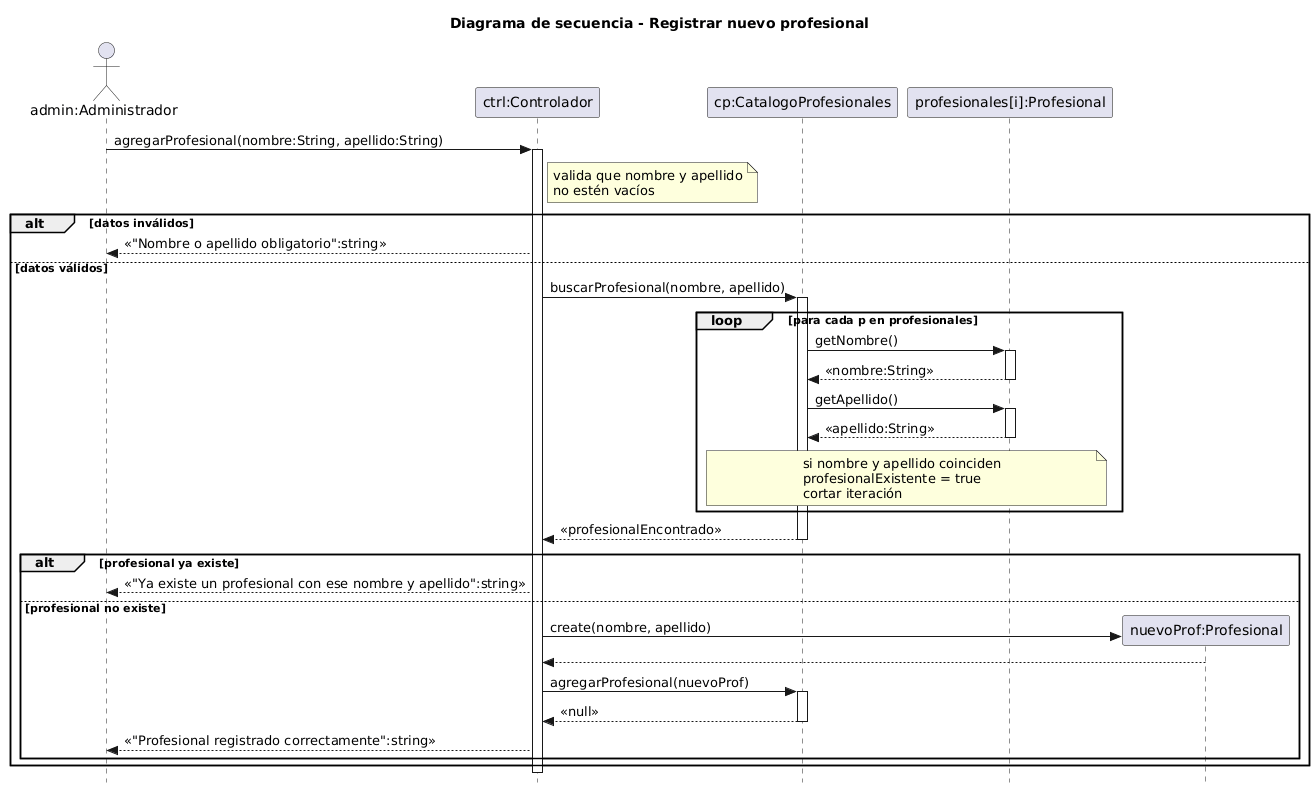
Juamppa/practica-profesionalizante-1 keeps this PlantUML diagram as Documentacion/07 Diagramas de secuencia/Diagramas de secuencia Administrador/Carga de profesionales/Diagrama de secuencia-Registrar nuevo profesional.png. Above is the earlier version. The source it was exported from:
```plantuml
@startuml
skinparam style strictuml
title Diagrama de secuencia - Registrar nuevo profesional
actor "admin:Administrador" as Admin
participant "ctrl:Controlador" as Controlador
participant "cp:CatalogoProfesionales" as Catalogo
participant "profesionales[i]:Profesional" as ProfesionalI
participant "nuevoProf:Profesional" as NuevoProf

Admin -> Controlador : agregarProfesional(nombre:String, apellido:String)
activate Controlador

note right of Controlador
  valida que nombre y apellido
  no estén vacíos
end note

alt datos inválidos

    Controlador --> Admin : <<"Nombre o apellido obligatorio":string>>

else datos válidos

    Controlador -> Catalogo : buscarProfesional(nombre, apellido)
    activate Catalogo

        loop para cada p en profesionales

            Catalogo -> ProfesionalI : getNombre()
            activate ProfesionalI
            ProfesionalI --> Catalogo : <<nombre:String>>
            deactivate ProfesionalI

            Catalogo -> ProfesionalI : getApellido()
            activate ProfesionalI
            ProfesionalI --> Catalogo : <<apellido:String>>
            deactivate ProfesionalI

            note over Catalogo, ProfesionalI
              si nombre y apellido coinciden
              profesionalExistente = true
              cortar iteración
            end note

        end

    Catalogo --> Controlador : <<profesionalEncontrado>>
    deactivate Catalogo

    alt profesional ya existe

        Controlador --> Admin : <<"Ya existe un profesional con ese nombre y apellido":string>>

    else profesional no existe

        create NuevoProf
        Controlador -> NuevoProf : create(nombre, apellido)

        NuevoProf --> Controlador :


        Controlador -> Catalogo : agregarProfesional(nuevoProf)
        activate Catalogo
        Catalogo --> Controlador : <<null>>
        deactivate Catalogo

        Controlador --> Admin : <<"Profesional registrado correctamente":string>>

    end
end

deactivate Controlador
@enduml
```
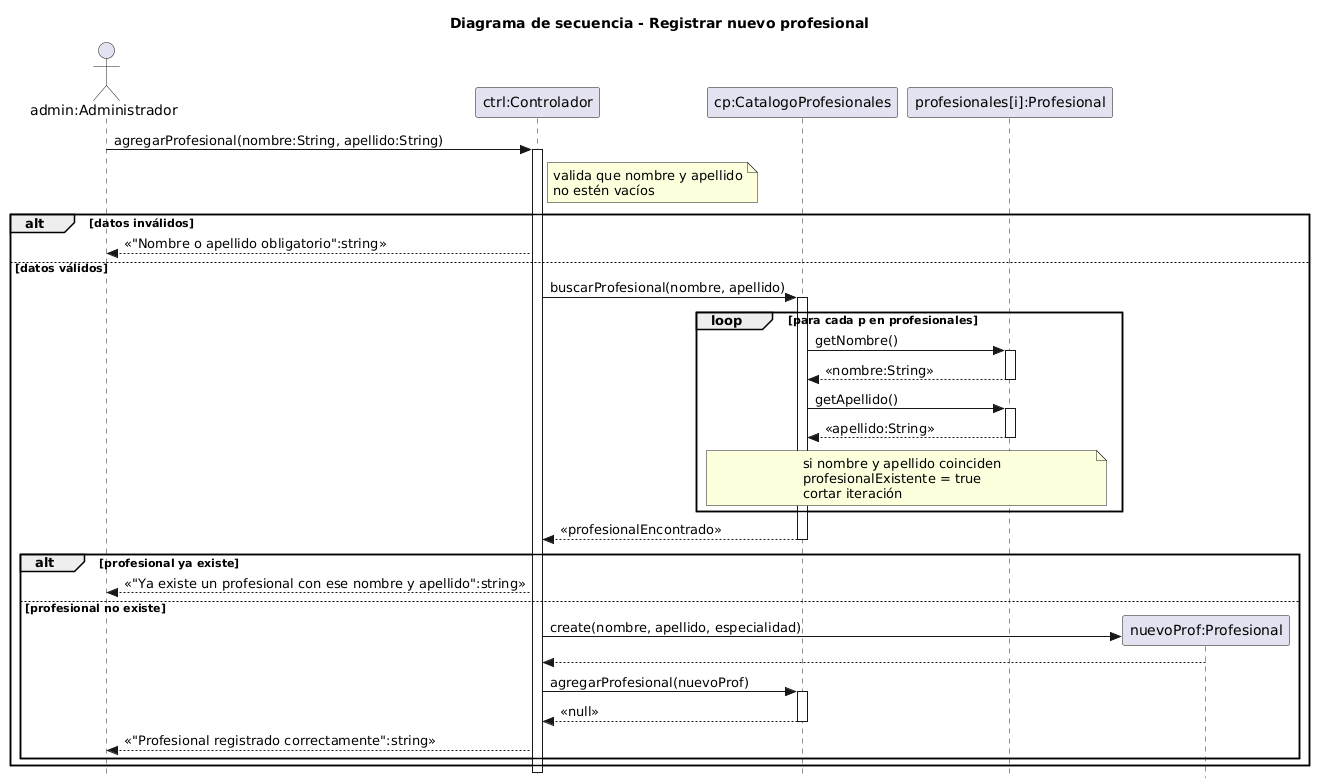
After the commit.

The edit, as a diff of the source:
```diff
@@ -54,7 +54,7 @@
     else profesional no existe
 
         create NuevoProf
-        Controlador -> NuevoProf : create(nombre, apellido)
+        Controlador -> NuevoProf : create(nombre, apellido, especialidad)
 
         NuevoProf --> Controlador :
 
```
